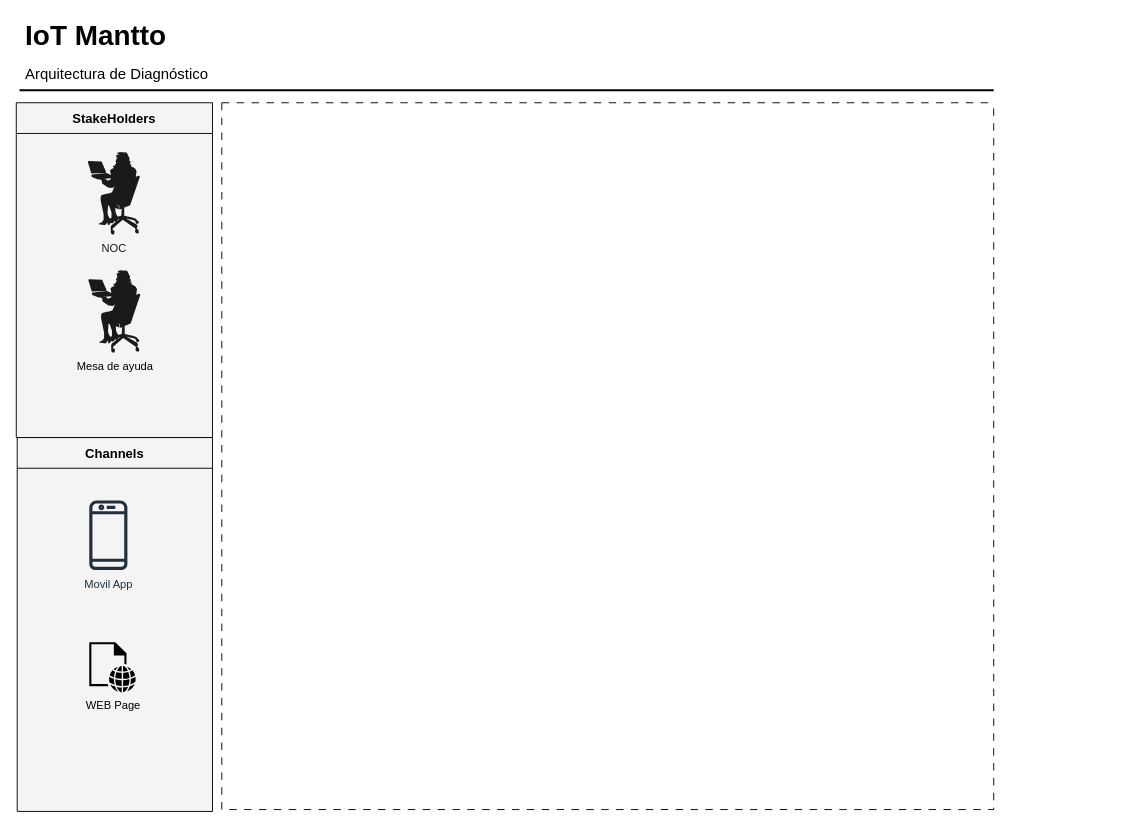
Above: Diagrama sin título.drawio in FelipeHurtado/BPMN_EXPERIMIENTO (draw.io), before the change. Source tidied: cells renumbered, new cells numbered last; positions are measured from the earlier drawing's top-left corner, leaving out a move shared by most shapes. Both pictures are drawn from the tidied source at 93%, with x=0, y=0 at pixel (16, 15).
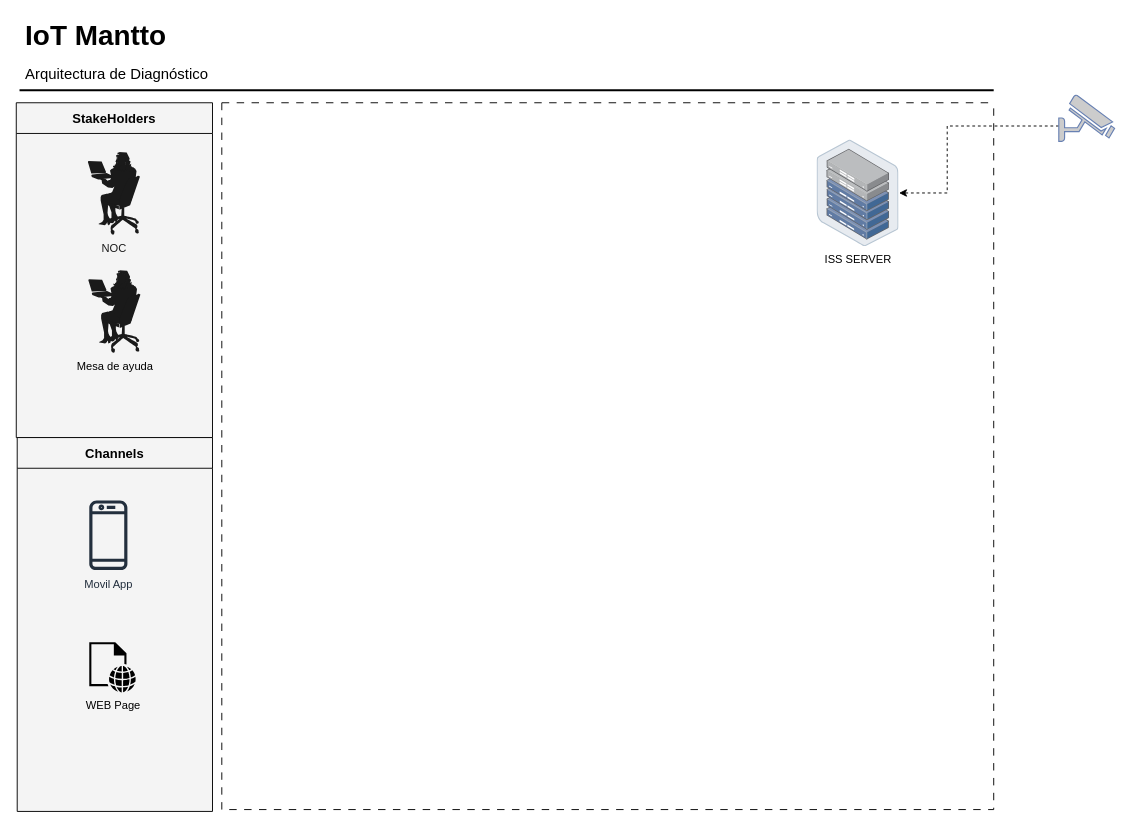
The same diagram, later.

What changed in the source:
```diff
@@
 <mxGraphModel>
   <root>
     <mxCell id="0" />
     <mxCell id="1" parent="0" />
     <mxCell id="2" value="IoT Mantto" style="text;html=1;align=left;verticalAlign=top;spacingTop=-4;fontSize=30;fontStyle=1;labelBackgroundColor=none;" parent="1" vertex="1">
       <mxGeometry x="7.5" y="0.5" width="180" height="40" as="geometry" />
     </mxCell>
     <mxCell id="3" value="Arquitectura de Diagnóstico&amp;nbsp;" style="text;html=1;align=left;verticalAlign=top;spacingTop=-4;fontSize=16;labelBackgroundColor=none;" parent="1" vertex="1">
       <mxGeometry x="7.5" y="50.5" width="220" height="30" as="geometry" />
     </mxCell>
     <mxCell id="4" style="line;strokeWidth=2;html=1;fontSize=14;labelBackgroundColor=none;" parent="1" vertex="1">
       <mxGeometry x="3.5" y="75.5" width="1047.5" height="10" as="geometry" />
     </mxCell>
     <mxCell id="5" value="StakeHolders" style="swimlane;fontSize=14;align=center;swimlaneFillColor=#f4f4f4;fillColor=#f4f4f4;startSize=33;" parent="1" vertex="1">
       <mxGeometry y="94" width="211" height="360" as="geometry" />
     </mxCell>
     <mxCell id="6" value="&lt;font color=&quot;#000000&quot;&gt;Mesa de ayuda&lt;/font&gt;" style="shape=mxgraph.cisco.people.sitting_woman;html=1;dashed=0;fillColor=#1A1A1A;strokeColor=#314354;strokeWidth=2;verticalLabelPosition=bottom;verticalAlign=top;align=center;fontColor=#ffffff;" parent="5" vertex="1">
       <mxGeometry x="77.5" y="180" width="56" height="90" as="geometry" />
     </mxCell>
     <mxCell id="7" value="&lt;font color=&quot;#1a1a1a&quot;&gt;NOC&lt;/font&gt;" style="shape=mxgraph.cisco.people.sitting_woman;html=1;dashed=0;fillColor=#1A1A1A;strokeColor=#314354;strokeWidth=2;verticalLabelPosition=bottom;verticalAlign=top;align=center;fontColor=#ffffff;" parent="5" vertex="1">
       <mxGeometry x="77" y="53" width="56" height="90" as="geometry" />
     </mxCell>
     <mxCell id="8" value="Channels" style="swimlane;fontSize=14;align=center;swimlaneFillColor=#f4f4f4;fillColor=#f4f4f4;startSize=33;" parent="1" vertex="1">
       <mxGeometry x="1" y="454" width="210" height="402" as="geometry" />
     </mxCell>
     <mxCell id="9" value="Movil App" style="sketch=0;fontColor=#232F3E;gradientColor=none;fillColor=#232F3D;strokeColor=none;dashed=0;verticalLabelPosition=bottom;verticalAlign=top;align=center;html=1;fontSize=12;fontStyle=0;shape=mxgraph.aws4.mobile_client;" parent="8" vertex="1">
       <mxGeometry x="77.5" y="66" width="41" height="78" as="geometry" />
     </mxCell>
     <mxCell id="10" value="WEB Page" style="sketch=0;shadow=0;dashed=0;html=1;strokeColor=none;fillColor=#000000;labelPosition=center;verticalLabelPosition=bottom;verticalAlign=top;align=center;shape=mxgraph.office.concepts.web_page;" parent="8" vertex="1">
       <mxGeometry x="77.5" y="220" width="50" height="54" as="geometry" />
     </mxCell>
     <mxCell id="11" style="swimlane;startSize=0;dashed=1;dashPattern=8 8;" parent="1" vertex="1">
       <mxGeometry x="221" y="94" width="830" height="760" as="geometry" />
     </mxCell>
+    <mxCell id="12" value="ISS SERVER" style="image;points=[];html=1;align=center;shadow=0;dashed=0;image=img/lib/allied_telesis/storage/Datacenter_Server_Half_Rack_ToR.svg;" parent="11" vertex="1">
+      <mxGeometry x="640" y="40" width="88.2" height="114.6" as="geometry" />
+    </mxCell>
+    <mxCell id="13" style="edgeStyle=orthogonalEdgeStyle;rounded=0;jettySize=auto;html=1;dashed=1;" parent="1" edge="1" source="14" target="12">
+      <mxGeometry relative="1" as="geometry">
+        <Array as="points">
+          <mxPoint x="1001" y="119" />
+          <mxPoint x="1001" y="191" />
+        </Array>
+      </mxGeometry>
+    </mxCell>
+    <mxCell id="14" style="fontColor=#0066CC;verticalAlign=top;verticalLabelPosition=bottom;labelPosition=center;align=center;html=1;outlineConnect=0;fillColor=#CCCCCC;strokeColor=#6881B3;gradientColor=none;gradientDirection=north;strokeWidth=2;shape=mxgraph.networks.security_camera;" parent="1" vertex="1">
+      <mxGeometry x="1121" y="85.5" width="60" height="50" as="geometry" />
+    </mxCell>
   </root>
 </mxGraphModel>
```
